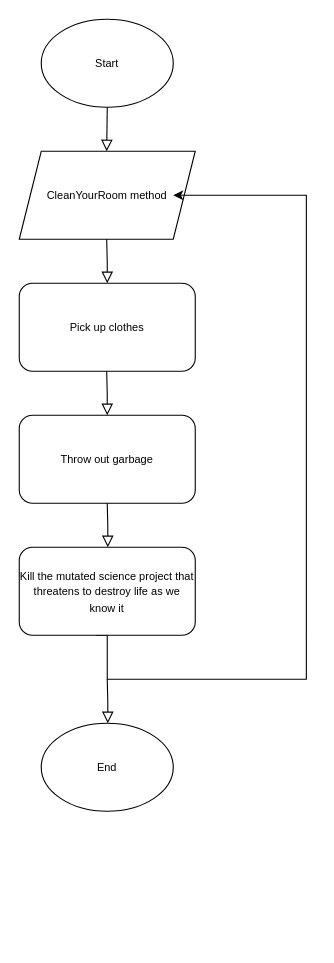
The draw.io diagram Ανώνυμο διάγραμμα.drawio in DimosGk/BankingPracticeProgram, before the edit. Source tidied: cells renumbered, new cells numbered last; positions are measured from the earlier drawing's top-left corner, leaving out a move shared by most shapes. Both pictures are drawn from the tidied source at 110%, with x=0, y=0 at pixel (19, 19).
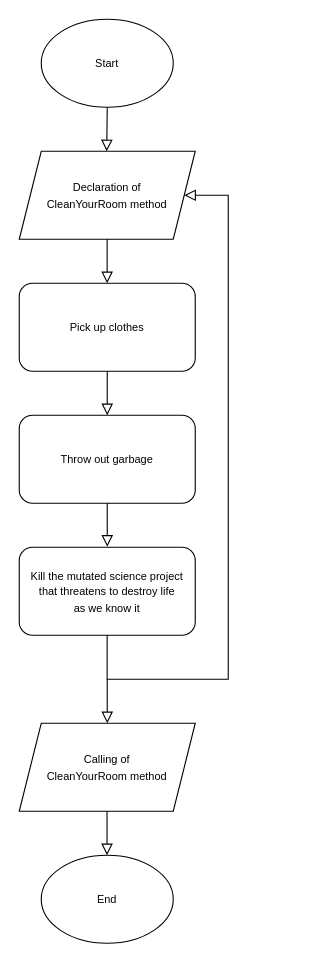
Above is the later version.

What changed in the source:
```diff
@@
-    <mxCell id="3" value="&lt;font style=&quot;font-size: 10px;&quot;&gt;CleanYourRoom method&lt;/font&gt;" style="shape=parallelogram;perimeter=parallelogramPerimeter;whiteSpace=wrap;html=1;fixedSize=1;" parent="1" vertex="1">
+    <mxCell id="3" value="&lt;font style=&quot;font-size: 10px;&quot;&gt;Declaration of&lt;/font&gt;&lt;div&gt;&lt;span style=&quot;font-size: 10px; background-color: transparent; color: light-dark(rgb(0, 0, 0), rgb(255, 255, 255));&quot;&gt;CleanYourRoom method&lt;/span&gt;&lt;/div&gt;" style="shape=parallelogram;perimeter=parallelogramPerimeter;whiteSpace=wrap;html=1;fixedSize=1;align=center;" parent="1" vertex="1">
       <mxGeometry y="120" width="160" height="80" as="geometry" />
     </mxCell>
@@
-    <mxCell id="5" style="rounded=0;html=1;jettySize=auto;orthogonalLoop=1;fontSize=11;endArrow=block;endFill=0;endSize=8;strokeWidth=1;shadow=0;labelBackgroundColor=none;edgeStyle=orthogonalEdgeStyle;" parent="1" edge="1">
-      <mxGeometry x="0.33" y="20" relative="1" as="geometry">
-        <mxPoint x="79.5" y="200" as="sourcePoint" />
-        <mxPoint x="80" y="240" as="targetPoint" />
-      </mxGeometry>
-    </mxCell>
@@
-    <mxCell id="7" style="rounded=0;html=1;jettySize=auto;orthogonalLoop=1;fontSize=11;endArrow=block;endFill=0;endSize=8;strokeWidth=1;shadow=0;labelBackgroundColor=none;edgeStyle=orthogonalEdgeStyle;" parent="1" edge="1">
-      <mxGeometry x="0.33" y="20" relative="1" as="geometry">
-        <mxPoint x="79.5" y="320" as="sourcePoint" />
-        <mxPoint x="80" y="360" as="targetPoint" />
-      </mxGeometry>
-    </mxCell>
@@
-    <mxCell id="9" style="rounded=0;html=1;jettySize=auto;orthogonalLoop=1;fontSize=11;endArrow=block;endFill=0;endSize=8;strokeWidth=1;shadow=0;labelBackgroundColor=none;edgeStyle=orthogonalEdgeStyle;" parent="1" edge="1">
+    <mxCell id="9" style="rounded=0;html=1;jettySize=auto;fontSize=11;endArrow=block;endFill=0;endSize=8;strokeWidth=1;shadow=0;labelBackgroundColor=none;edgeStyle=orthogonalEdgeStyle;entryX=0.5;entryY=-0.006;entryDx=0;entryDy=0;entryPerimeter=0;" parent="1" edge="1" target="11">
       <mxGeometry x="0.33" y="20" relative="1" as="geometry">
         <mxPoint x="80" y="440" as="sourcePoint" />
-        <mxPoint x="80.5" y="480" as="targetPoint" />
+        <Array as="points">
+          <mxPoint x="80" y="480" />
+          <mxPoint x="80" y="480" />
+        </Array>
       </mxGeometry>
     </mxCell>
-    <mxCell id="10" style="edgeStyle=orthogonalEdgeStyle;rounded=0;orthogonalLoop=1;jettySize=auto;html=1;exitX=0.5;exitY=1;exitDx=0;exitDy=0;" parent="1" edge="1">
-      <mxGeometry relative="1" as="geometry">
-        <mxPoint x="70" y="560" as="sourcePoint" />
-        <mxPoint x="140" y="160" as="targetPoint" />
-        <Array as="points">
-          <mxPoint x="80" y="560" />
-          <mxPoint x="80" y="600" />
-          <mxPoint x="261" y="600" />
-          <mxPoint x="261" y="160" />
-        </Array>
-      </mxGeometry>
-    </mxCell>
-    <mxCell id="11" value="&lt;font style=&quot;font-size: 10px;&quot;&gt;Kill the mutated science project that threatens to destroy life as we know it&lt;/font&gt;" style="rounded=1;whiteSpace=wrap;html=1;" parent="1" vertex="1">
+    <mxCell id="11" value="&lt;font style=&quot;font-size: 10px;&quot;&gt;Kill the mutated science project&lt;/font&gt;&lt;div&gt;&lt;font style=&quot;font-size: 10px;&quot;&gt;that threatens to destroy life&lt;/font&gt;&lt;/div&gt;&lt;div&gt;&lt;font style=&quot;font-size: 10px;&quot;&gt;as we know it&lt;/font&gt;&lt;/div&gt;" style="rounded=1;whiteSpace=wrap;html=1;" parent="1" vertex="1">
       <mxGeometry y="480" width="160" height="80" as="geometry" />
     </mxCell>
+    <mxCell id="13" style="rounded=0;html=1;jettySize=auto;orthogonalLoop=1;fontSize=11;endArrow=block;endFill=0;endSize=8;strokeWidth=1;shadow=0;labelBackgroundColor=none;edgeStyle=orthogonalEdgeStyle;entryX=0.5;entryY=0;entryDx=0;entryDy=0;" parent="1" edge="1">
+      <mxGeometry x="0.33" y="20" relative="1" as="geometry">
+        <mxPoint x="80" y="600" as="sourcePoint" />
+        <mxPoint x="80" y="640" as="targetPoint" />
+        <Array as="points">
+          <mxPoint x="80" y="620" />
+          <mxPoint x="80" y="620" />
+        </Array>
+      </mxGeometry>
+    </mxCell>
+    <mxCell id="14" style="rounded=0;html=1;jettySize=auto;orthogonalLoop=1;fontSize=11;endArrow=block;endFill=0;endSize=8;strokeWidth=1;shadow=0;labelBackgroundColor=none;edgeStyle=orthogonalEdgeStyle;entryX=0.469;entryY=0;entryDx=0;entryDy=0;entryPerimeter=0;" parent="1" edge="1">
+      <mxGeometry x="0.33" y="20" relative="1" as="geometry">
+        <mxPoint x="79.9" y="200" as="sourcePoint" />
+        <mxPoint x="79.9" y="240" as="targetPoint" />
+        <Array as="points">
+          <mxPoint x="79.9" y="220" />
+          <mxPoint x="79.9" y="220" />
+        </Array>
+      </mxGeometry>
+    </mxCell>
+    <mxCell id="15" style="rounded=0;html=1;jettySize=auto;orthogonalLoop=1;fontSize=11;endArrow=block;endFill=0;endSize=8;strokeWidth=1;shadow=0;labelBackgroundColor=none;edgeStyle=orthogonalEdgeStyle;" parent="1" edge="1">
+      <mxGeometry x="0.33" y="20" relative="1" as="geometry">
+        <mxPoint x="80" y="320" as="sourcePoint" />
+        <mxPoint x="80" y="360" as="targetPoint" />
+        <Array as="points">
+          <mxPoint x="80" y="320" />
+        </Array>
+      </mxGeometry>
+    </mxCell>
+    <mxCell id="16" style="rounded=0;html=1;jettySize=auto;fontSize=11;endArrow=block;endFill=0;endSize=8;strokeWidth=1;shadow=0;labelBackgroundColor=none;edgeStyle=orthogonalEdgeStyle;" parent="1" edge="1" target="3">
+      <mxGeometry x="0.33" y="20" relative="1" as="geometry">
+        <mxPoint x="79.9" y="560" as="sourcePoint" />
+        <Array as="points">
+          <mxPoint x="80" y="600" />
+          <mxPoint x="190" y="600" />
+          <mxPoint x="190" y="160" />
+        </Array>
+      </mxGeometry>
+    </mxCell>
+    <mxCell id="17" value="&lt;font style=&quot;font-size: 10px;&quot;&gt;Calling of&lt;/font&gt;&lt;div&gt;&lt;span style=&quot;background-color: transparent; color: light-dark(rgb(0, 0, 0), rgb(255, 255, 255)); font-size: 10px;&quot;&gt;CleanYourRoom method&lt;/span&gt;&lt;/div&gt;" style="shape=parallelogram;perimeter=parallelogramPerimeter;whiteSpace=wrap;html=1;fixedSize=1;align=center;" parent="1" vertex="1">
+      <mxGeometry y="640" width="160" height="80" as="geometry" />
+    </mxCell>
     <mxCell id="12" value="&lt;font style=&quot;font-size: 10px;&quot;&gt;End&lt;/font&gt;" style="ellipse;whiteSpace=wrap;html=1;" parent="1" vertex="1">
-      <mxGeometry x="20" y="640" width="120" height="80" as="geometry" />
+      <mxGeometry x="20" y="760" width="120" height="80" as="geometry" />
     </mxCell>
-    <mxCell id="13" style="rounded=0;html=1;jettySize=auto;orthogonalLoop=1;fontSize=11;endArrow=block;endFill=0;endSize=8;strokeWidth=1;shadow=0;labelBackgroundColor=none;edgeStyle=orthogonalEdgeStyle;" parent="1" edge="1">
-      <mxGeometry x="0.33" y="20" relative="1" as="geometry">
-        <mxPoint x="80" y="600" as="sourcePoint" />
-        <mxPoint x="80.5" y="640" as="targetPoint" />
-      </mxGeometry>
-    </mxCell>
+    <mxCell id="18" style="rounded=0;html=1;jettySize=auto;orthogonalLoop=1;fontSize=11;endArrow=block;endFill=0;endSize=8;strokeWidth=1;shadow=0;labelBackgroundColor=none;edgeStyle=orthogonalEdgeStyle;entryX=0.5;entryY=0;entryDx=0;entryDy=0;" parent="1" edge="1">
+      <mxGeometry x="0.33" y="20" relative="1" as="geometry">
+        <mxPoint x="79.8" y="720" as="sourcePoint" />
+        <mxPoint x="79.8" y="760" as="targetPoint" />
+        <Array as="points">
+          <mxPoint x="79.8" y="740" />
+          <mxPoint x="79.8" y="740" />
+        </Array>
+      </mxGeometry>
+    </mxCell>
```
